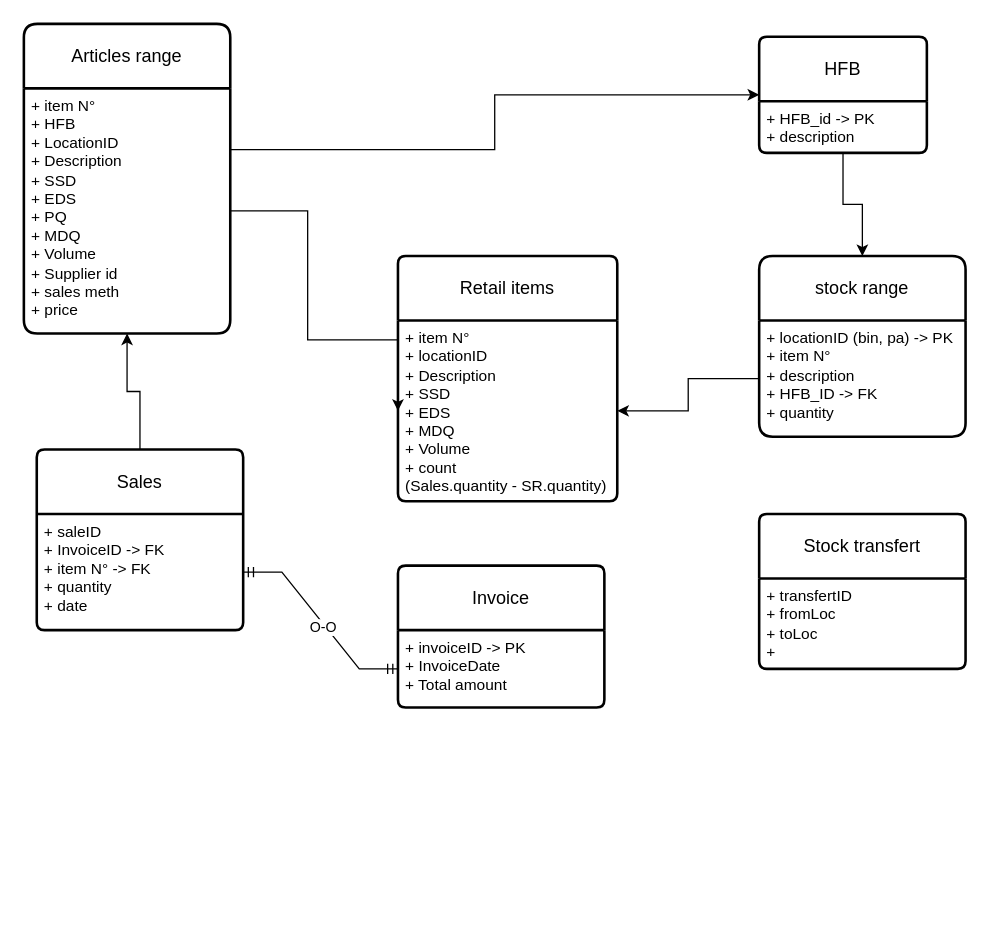
This is Diagramme sans nom.drawio from saadsgh123/learn, a draw.io file, before an edit. Source tidied: cells renumbered, new cells numbered last; positions are measured from the earlier drawing's top-left corner, leaving out a move shared by most shapes. Both pictures are drawn from the tidied source at 129%, with x=0, y=0 at pixel (23, 23).
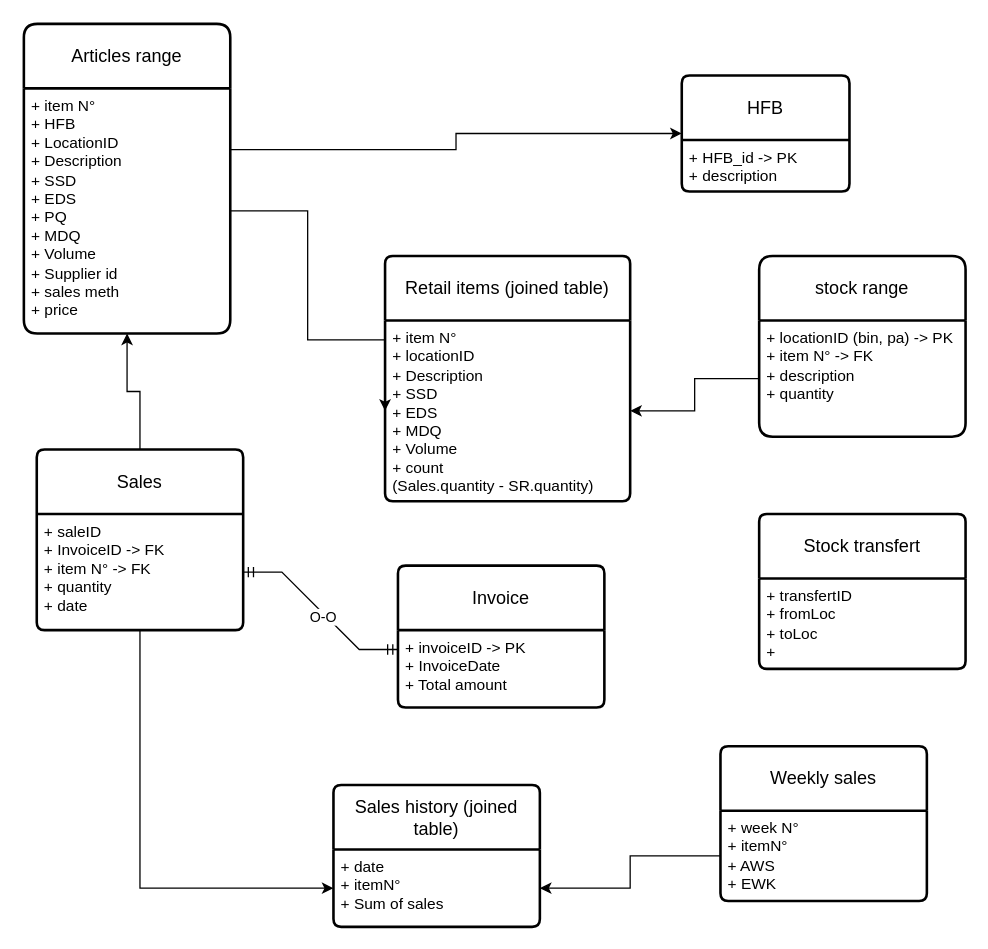
The same page after the edit.

The change refers to these unchanged cells:
```xml
<mxCell id="4" value="stock range" style="swimlane;horizontal=1;startSize=50;rounded=1;fontSize=14;fontStyle=0;strokeWidth=2;shadow=0;dashed=0;align=center;arcSize=7;whiteSpace=wrap;html=1;" parent="1" vertex="1">
  <mxGeometry x="570" y="180" width="160" height="140" as="geometry" />
</mxCell>
<mxCell id="7" value="+ HFB_id -&amp;gt; PK&lt;div&gt;+ description&lt;/div&gt;" style="align=left;strokeColor=none;fillColor=none;spacingLeft=4;fontSize=12;verticalAlign=top;html=1;shadow=0;" parent="6" vertex="1">
  <mxGeometry y="50" width="130" height="40" as="geometry" />
</mxCell>
<mxCell id="10" value="+ saleID&lt;div&gt;+ InvoiceID -&amp;gt; FK&lt;/div&gt;&lt;div&gt;+ item N° -&amp;gt; FK&lt;/div&gt;&lt;div&gt;+ quantity&lt;/div&gt;&lt;div&gt;+ date&lt;/div&gt;" style="align=left;strokeColor=none;fillColor=none;spacingLeft=4;fontSize=12;verticalAlign=top;html=1;shadow=0;" parent="9" vertex="1">
  <mxGeometry y="50" width="160" height="90" as="geometry" />
</mxCell>
<mxCell id="12" value="&lt;div&gt;+ invoiceID -&amp;gt; PK&lt;/div&gt;&lt;div&gt;+ InvoiceDate&lt;/div&gt;&lt;div&gt;+ Total amount&lt;/div&gt;" style="align=left;strokeColor=none;fillColor=none;spacingLeft=4;fontSize=12;verticalAlign=top;html=1;shadow=0;" parent="11" vertex="1">
  <mxGeometry y="50" width="160" height="60" as="geometry" />
</mxCell>
```

Diff of the diagram source:
```diff
@@
-    <mxCell id="5" value="+ locationID (bin, pa) -&amp;gt; PK&lt;div&gt;+ item N°&lt;br&gt;&lt;div&gt;+ description&lt;br&gt;&lt;div&gt;+ HFB_ID -&amp;gt; FK&lt;/div&gt;&lt;/div&gt;&lt;/div&gt;&lt;div&gt;+ quantity&lt;/div&gt;" style="align=left;strokeColor=none;fillColor=none;spacingLeft=4;fontSize=12;verticalAlign=top;html=1;shadow=0;" parent="4" vertex="1">
+    <mxCell id="5" value="+ locationID (bin, pa) -&amp;gt; PK&lt;div&gt;+ item N° -&amp;gt; FK&lt;br&gt;&lt;div&gt;+ description&lt;/div&gt;&lt;/div&gt;&lt;div&gt;+ quantity&lt;/div&gt;" style="align=left;strokeColor=none;fillColor=none;spacingLeft=4;fontSize=12;verticalAlign=top;html=1;shadow=0;" parent="4" vertex="1">
       <mxGeometry y="50" width="160" height="90" as="geometry" />
     </mxCell>
     <mxCell id="6" value="HFB" style="swimlane;horizontal=1;startSize=50;rounded=1;fontSize=14;fontStyle=0;strokeWidth=2;shadow=0;dashed=0;align=center;arcSize=4;whiteSpace=wrap;html=1;" parent="1" vertex="1">
-      <mxGeometry x="570" y="10" width="130" height="90" as="geometry" />
+      <mxGeometry x="510" y="40" width="130" height="90" as="geometry" />
     </mxCell>
@@
-    <mxCell id="13" style="edgeStyle=entityRelationEdgeStyle;fontSize=12;html=1;endArrow=ERmandOne;startArrow=ERmandOne;rounded=0;entryX=0;entryY=0.5;entryDx=0;entryDy=0;exitX=1;exitY=0.5;exitDx=0;exitDy=0;" parent="1" edge="1" source="10" target="12">
+    <mxCell id="13" style="edgeStyle=entityRelationEdgeStyle;fontSize=12;html=1;endArrow=ERmandOne;startArrow=ERmandOne;rounded=0;entryX=0;entryY=0.25;entryDx=0;entryDy=0;exitX=1;exitY=0.5;exitDx=0;exitDy=0;" parent="1" edge="1" source="10" target="12">
       <mxGeometry relative="1" as="geometry" />
     </mxCell>
@@
-    <mxCell id="15" value="Retail items" style="swimlane;horizontal=1;startSize=50;rounded=1;fontSize=14;fontStyle=0;strokeWidth=2;shadow=0;dashed=0;align=center;arcSize=4;whiteSpace=wrap;html=1;direction=east;" parent="1" vertex="1">
-      <mxGeometry x="290" y="180" width="170" height="190" as="geometry" />
+    <mxCell id="15" value="Retail items (joined table)" style="swimlane;horizontal=1;startSize=50;rounded=1;fontSize=14;fontStyle=0;strokeWidth=2;shadow=0;dashed=0;align=center;arcSize=4;whiteSpace=wrap;html=1;direction=east;" parent="1" vertex="1">
+      <mxGeometry x="280" y="180" width="190" height="190" as="geometry" />
     </mxCell>
     <mxCell id="16" value="+ item N°&lt;br&gt;+ locationID&lt;div&gt;+ Description&lt;/div&gt;&lt;div&gt;+ SSD&lt;/div&gt;&lt;div&gt;+ EDS&lt;/div&gt;&lt;div&gt;+&amp;nbsp;&lt;span style=&quot;background-color: initial;&quot;&gt;MDQ&lt;/span&gt;&lt;div&gt;+ Volume&lt;/div&gt;&lt;div&gt;+ count&amp;nbsp;&lt;/div&gt;&lt;div&gt;(Sales.quantity - SR.quantity)&amp;nbsp;&lt;/div&gt;&lt;/div&gt;" style="align=left;strokeColor=none;fillColor=none;spacingLeft=4;fontSize=12;verticalAlign=top;html=1;" parent="15" vertex="1">
-      <mxGeometry y="50" width="170" height="140" as="geometry" />
+      <mxGeometry y="50" width="190" height="140" as="geometry" />
     </mxCell>
@@
-    <mxCell id="19" style="edgeStyle=orthogonalEdgeStyle;rounded=0;jettySize=auto;html=1;exitX=0.5;exitY=1;exitDx=0;exitDy=0;entryX=0.5;entryY=0;entryDx=0;entryDy=0;" parent="1" edge="1" source="7" target="4">
-      <mxGeometry relative="1" as="geometry" />
-    </mxCell>
@@
+    <mxCell id="23" value="Sales history (joined table)" style="swimlane;horizontal=1;startSize=50;rounded=1;fontSize=14;fontStyle=0;strokeWidth=2;shadow=0;dashed=0;align=center;arcSize=4;whiteSpace=wrap;html=1;" parent="1" vertex="1">
+      <mxGeometry x="240" y="590" width="160" height="110" as="geometry" />
+    </mxCell>
+    <mxCell id="24" value="+ date&lt;div&gt;+ itemN°&lt;/div&gt;&lt;div&gt;+ Sum of sales&lt;/div&gt;" style="align=left;strokeColor=none;fillColor=none;spacingLeft=4;fontSize=12;verticalAlign=top;html=1;shadow=0;" parent="23" vertex="1">
+      <mxGeometry y="50" width="160" height="60" as="geometry" />
+    </mxCell>
+    <mxCell id="25" style="edgeStyle=orthogonalEdgeStyle;rounded=0;jettySize=auto;html=1;exitX=0.5;exitY=1;exitDx=0;exitDy=0;entryX=0;entryY=0.5;entryDx=0;entryDy=0;" parent="1" edge="1" source="10" target="24">
+      <mxGeometry relative="1" as="geometry" />
+    </mxCell>
+    <mxCell id="26" value="Weekly sales" style="swimlane;horizontal=1;startSize=50;rounded=1;fontSize=14;fontStyle=0;strokeWidth=2;shadow=0;dashed=0;align=center;arcSize=4;whiteSpace=wrap;html=1;" parent="1" vertex="1">
+      <mxGeometry x="540" y="560" width="160" height="120" as="geometry" />
+    </mxCell>
+    <mxCell id="27" value="+ week N°&lt;div&gt;+ itemN°&lt;/div&gt;&lt;div&gt;+ AWS&lt;/div&gt;&lt;div&gt;+ EWK&lt;/div&gt;" style="align=left;strokeColor=none;fillColor=none;spacingLeft=4;fontSize=12;verticalAlign=top;html=1;shadow=0;" parent="26" vertex="1">
+      <mxGeometry y="50" width="160" height="70" as="geometry" />
+    </mxCell>
+    <mxCell id="28" style="edgeStyle=orthogonalEdgeStyle;rounded=0;jettySize=auto;html=1;exitX=0;exitY=0.5;exitDx=0;exitDy=0;entryX=1;entryY=0.5;entryDx=0;entryDy=0;" parent="1" edge="1" source="27" target="24">
+      <mxGeometry relative="1" as="geometry" />
+    </mxCell>
```
